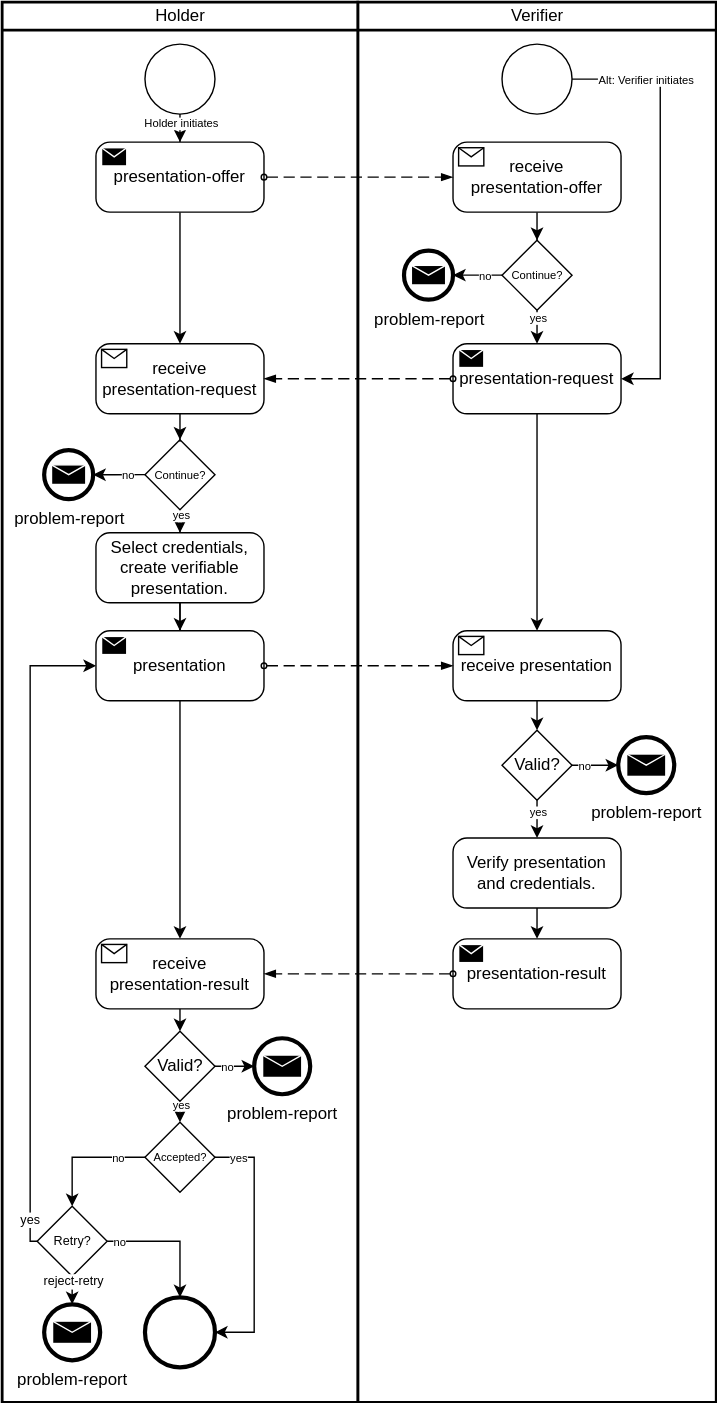
Before: documentation/static/img/didcomm/presentation.drawio.svg, a diagram exported from draw.io (iotaledger/identity.rs). Source tidied: cells renumbered, new cells last; positions are measured from the earlier drawing's top-left corner, leaving out a move shared by most shapes.
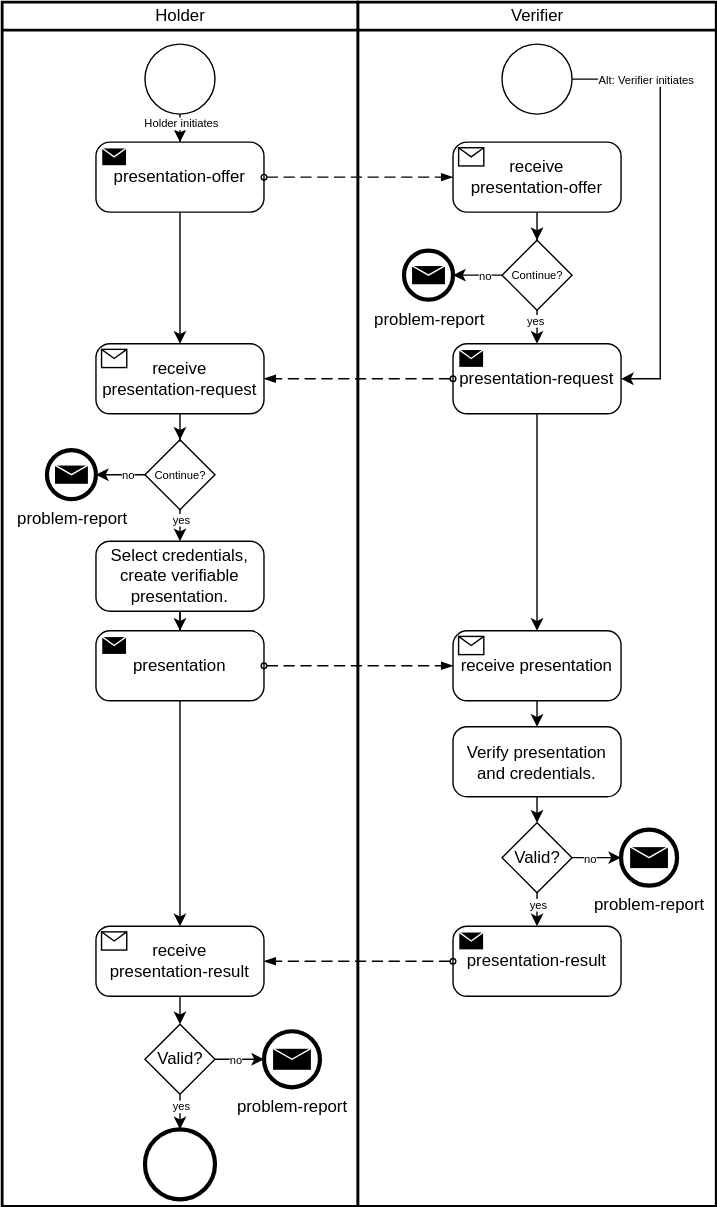
The same diagram one commit later.

Commit message:
reworked presentation

What changed in the source:
```diff
@@ -3,7 +3,7 @@
     <mxCell id="0" />
     <mxCell id="1" parent="0" />
     <mxCell id="2" value="Verifier" style="swimlane;html=1;startSize=20;fontStyle=0;horizontal=1;swimlaneLine=1;strokeWidth=2;swimlaneFillColor=#ffffff;" parent="1" vertex="1">
-      <mxGeometry x="254" width="256" height="1000" as="geometry" />
+      <mxGeometry x="254" width="256" height="860" as="geometry" />
     </mxCell>
     <mxCell id="3" style="points=[[0.145,0.145,0],[0.5,0,0],[0.855,0.145,0],[1,0.5,0],[0.855,0.855,0],[0.5,1,0],[0.145,0.855,0],[0,0.5,0]];shape=mxgraph.bpmn.event;html=1;verticalLabelPosition=bottom;labelBackgroundColor=#ffffff;verticalAlign=top;align=center;perimeter=ellipsePerimeter;outlineConnect=0;outline=standard;symbol=general;" parent="2" vertex="1">
       <mxGeometry x="103" y="30" width="50" height="50" as="geometry" />
@@ -36,49 +36,37 @@
         <mxPoint x="-1" y="1" as="offset" />
       </mxGeometry>
     </mxCell>
-    <mxCell id="11" style="edgeStyle=orthogonalEdgeStyle;rounded=0;jettySize=auto;html=1;entryX=0.5;entryY=0;entryDx=0;entryDy=0;entryPerimeter=0;fontSize=8;" parent="2" edge="1" source="12" target="13">
-      <mxGeometry relative="1" as="geometry">
-        <Array as="points">
-          <mxPoint x="128" y="664" />
-          <mxPoint x="128" y="664" />
-        </Array>
-      </mxGeometry>
+    <mxCell id="11" style="edgeStyle=orthogonalEdgeStyle;rounded=0;jettySize=auto;html=1;fontSize=8;exitX=0.5;exitY=1;exitDx=0;exitDy=0;exitPerimeter=0;entryX=0.5;entryY=0;entryDx=0;entryDy=0;entryPerimeter=0;" parent="2" edge="1" source="20" target="12">
+      <mxGeometry relative="1" as="geometry" />
     </mxCell>
     <mxCell id="12" value="Verify presentation and credentials." style="points=[[0.25,0,0],[0.5,0,0],[0.75,0,0],[1,0.25,0],[1,0.5,0],[1,0.75,0],[0.75,1,0],[0.5,1,0],[0.25,1,0],[0,0.75,0],[0,0.5,0],[0,0.25,0]];shape=mxgraph.bpmn.task;whiteSpace=wrap;rectStyle=rounded;size=10;taskMarker=abstract;fillColor=#ffffff;" parent="2" vertex="1">
-      <mxGeometry x="68" y="597" width="120" height="50" as="geometry" />
+      <mxGeometry x="68" y="517.5" width="120" height="50" as="geometry" />
     </mxCell>
     <mxCell id="13" value="presentation-result" style="points=[[0.25,0,0],[0.5,0,0],[0.75,0,0],[1,0.25,0],[1,0.5,0],[1,0.75,0],[0.75,1,0],[0.5,1,0],[0.25,1,0],[0,0.75,0],[0,0.5,0],[0,0.25,0]];shape=mxgraph.bpmn.task;whiteSpace=wrap;rectStyle=rounded;size=10;taskMarker=send;" parent="2" vertex="1">
-      <mxGeometry x="68" y="669" width="120" height="50" as="geometry" />
+      <mxGeometry x="68" y="660" width="120" height="50" as="geometry" />
     </mxCell>
-    <mxCell id="14" style="edgeStyle=orthogonalEdgeStyle;rounded=0;jettySize=auto;html=1;" parent="2" edge="1" source="18" target="12">
-      <mxGeometry relative="1" as="geometry">
-        <Array as="points">
-          <mxPoint x="128" y="574" />
-          <mxPoint x="128" y="574" />
-        </Array>
-      </mxGeometry>
-    </mxCell>
-    <mxCell id="15" value="yes" style="edgeLabel;html=1;align=center;verticalAlign=middle;fontSize=8;" parent="14" vertex="1">
-      <mxGeometry x="0.5" y="1" relative="1" as="geometry">
-        <mxPoint x="-1" y="-12" as="offset" />
-      </mxGeometry>
-    </mxCell>
     <mxCell id="16" style="edgeStyle=orthogonalEdgeStyle;rounded=0;jettySize=auto;html=1;entryX=0;entryY=0.5;entryDx=0;entryDy=0;entryPerimeter=0;" parent="2" edge="1" source="18" target="21">
       <mxGeometry relative="1" as="geometry" />
     </mxCell>
     <mxCell id="17" value="no" style="edgeLabel;html=1;align=center;verticalAlign=middle;fontSize=8;" parent="16" vertex="1">
       <mxGeometry x="-0.75" relative="1" as="geometry">
-        <mxPoint x="3" as="offset" />
+        <mxPoint x="6" as="offset" />
       </mxGeometry>
     </mxCell>
+    <mxCell id="72" style="edgeStyle=orthogonalEdgeStyle;rounded=0;jettySize=auto;html=1;align=center;" parent="2" edge="1" source="18" target="13">
+      <mxGeometry relative="1" as="geometry" />
+    </mxCell>
+    <mxCell id="15" value="yes" style="edgeLabel;html=1;align=center;verticalAlign=middle;fontSize=8;" parent="72" vertex="1">
+      <mxGeometry x="0.15" relative="1" as="geometry" />
+    </mxCell>
     <mxCell id="18" value="Valid?" style="points=[[0.25,0.25,0],[0.5,0,0],[0.75,0.25,0],[1,0.5,0],[0.75,0.75,0],[0.5,1,0],[0.25,0.75,0],[0,0.5,0]];shape=mxgraph.bpmn.gateway2;html=1;verticalLabelPosition=middle;labelBackgroundColor=#ffffff;verticalAlign=middle;align=center;perimeter=rhombusPerimeter;outlineConnect=0;outline=none;symbol=none;fillColor=#ffffff;labelPosition=center;" parent="2" vertex="1">
-      <mxGeometry x="103" y="520" width="50" height="50" as="geometry" />
+      <mxGeometry x="103" y="586" width="50" height="50" as="geometry" />
     </mxCell>
-    <mxCell id="19" style="edgeStyle=orthogonalEdgeStyle;rounded=0;jettySize=auto;html=1;fontSize=8;" parent="2" edge="1" source="20" target="18">
+    <mxCell id="19" style="edgeStyle=orthogonalEdgeStyle;rounded=0;jettySize=auto;html=1;fontSize=8;exitX=0.5;exitY=1;exitDx=0;exitDy=0;exitPerimeter=0;" parent="2" edge="1" source="12" target="18">
       <mxGeometry relative="1" as="geometry">
         <Array as="points">
-          <mxPoint x="128" y="510" />
-          <mxPoint x="128" y="510" />
+          <mxPoint x="128" y="580" />
+          <mxPoint x="128" y="580" />
         </Array>
       </mxGeometry>
     </mxCell>
@@ -86,10 +74,10 @@
       <mxGeometry x="68" y="449" width="120" height="50" as="geometry" />
     </mxCell>
     <mxCell id="21" value="problem-report" style="points=[[0.145,0.145,0],[0.5,0,0],[0.855,0.145,0],[1,0.5,0],[0.855,0.855,0],[0.5,1,0],[0.145,0.855,0],[0,0.5,0]];shape=mxgraph.bpmn.event;html=1;verticalLabelPosition=bottom;labelBackgroundColor=#ffffff;verticalAlign=top;align=center;perimeter=ellipsePerimeter;outlineConnect=0;outline=end;symbol=message;fillColor=#ffffff;" parent="2" vertex="1">
-      <mxGeometry x="186" y="525" width="40" height="40" as="geometry" />
+      <mxGeometry x="188" y="591" width="40" height="40" as="geometry" />
     </mxCell>
     <mxCell id="22" value="yes" style="edgeLabel;html=1;align=center;verticalAlign=middle;fontSize=8;" parent="2" vertex="1">
-      <mxGeometry x="133" y="230" as="geometry">
+      <mxGeometry x="132" y="232" as="geometry">
         <mxPoint x="-5" y="-5" as="offset" />
       </mxGeometry>
     </mxCell>
@@ -111,7 +99,7 @@
       <mxGeometry x="-0.27" relative="1" as="geometry" />
     </mxCell>
     <mxCell id="27" value="Holder" style="swimlane;html=1;startSize=20;fontStyle=0;horizontal=1;swimlaneLine=1;strokeWidth=2;swimlaneFillColor=#ffffff;" parent="1" vertex="1">
-      <mxGeometry width="254" height="1000" as="geometry" />
+      <mxGeometry width="254" height="860" as="geometry" />
     </mxCell>
     <mxCell id="28" style="edgeStyle=orthogonalEdgeStyle;rounded=0;jettySize=auto;html=1;entryX=0.5;entryY=0;entryDx=0;entryDy=0;entryPerimeter=0;" parent="27" edge="1" source="29" target="40">
       <mxGeometry relative="1" as="geometry" />
@@ -131,7 +119,7 @@
       <mxGeometry x="102" y="30" width="50" height="50" as="geometry" />
     </mxCell>
     <mxCell id="33" style="points=[[0.145,0.145,0],[0.5,0,0],[0.855,0.145,0],[1,0.5,0],[0.855,0.855,0],[0.5,1,0],[0.145,0.855,0],[0,0.5,0]];shape=mxgraph.bpmn.event;html=1;verticalLabelPosition=bottom;labelBackgroundColor=#ffffff;verticalAlign=top;align=center;perimeter=ellipsePerimeter;outlineConnect=0;outline=end;symbol=terminate2;" parent="27" vertex="1">
-      <mxGeometry x="102" y="925" width="50" height="50" as="geometry" />
+      <mxGeometry x="102" y="805" width="50" height="50" as="geometry" />
     </mxCell>
     <mxCell id="34" style="edgeStyle=orthogonalEdgeStyle;rounded=0;jettySize=auto;html=1;entryX=0.5;entryY=0;entryDx=0;entryDy=0;entryPerimeter=0;" parent="27" edge="1" source="38" target="43">
       <mxGeometry relative="1" as="geometry" />
@@ -170,13 +158,13 @@
       <mxGeometry relative="1" as="geometry" />
     </mxCell>
     <mxCell id="43" value="Select credentials, create verifiable presentation." style="points=[[0.25,0,0],[0.5,0,0],[0.75,0,0],[1,0.25,0],[1,0.5,0],[1,0.75,0],[0.75,1,0],[0.5,1,0],[0.25,1,0],[0,0.75,0],[0,0.5,0],[0,0.25,0]];shape=mxgraph.bpmn.task;whiteSpace=wrap;rectStyle=rounded;size=10;taskMarker=abstract;fillColor=#ffffff;" parent="27" vertex="1">
-      <mxGeometry x="67" y="379" width="120" height="50" as="geometry" />
+      <mxGeometry x="67" y="385" width="120" height="50" as="geometry" />
     </mxCell>
     <mxCell id="44" style="edgeStyle=orthogonalEdgeStyle;rounded=0;jettySize=auto;html=1;entryX=0.5;entryY=0;entryDx=0;entryDy=0;entryPerimeter=0;exitX=0.5;exitY=1;exitDx=0;exitDy=0;exitPerimeter=0;" parent="27" edge="1" source="45" target="66">
       <mxGeometry relative="1" as="geometry" />
     </mxCell>
     <mxCell id="45" value="receive &#10;presentation-result" style="points=[[0.25,0,0],[0.5,0,0],[0.75,0,0],[1,0.25,0],[1,0.5,0],[1,0.75,0],[0.75,1,0],[0.5,1,0],[0.25,1,0],[0,0.75,0],[0,0.5,0],[0,0.25,0]];shape=mxgraph.bpmn.task;whiteSpace=wrap;rectStyle=rounded;size=10;taskMarker=receive;" parent="27" vertex="1">
-      <mxGeometry x="67" y="669" width="120" height="50" as="geometry" />
+      <mxGeometry x="67" y="660" width="120" height="50" as="geometry" />
     </mxCell>
     <mxCell id="46" style="edgeStyle=orthogonalEdgeStyle;rounded=0;jettySize=auto;html=1;" parent="27" edge="1" source="47" target="45">
       <mxGeometry relative="1" as="geometry" />
@@ -184,86 +172,11 @@
     <mxCell id="47" value="presentation" style="points=[[0.25,0,0],[0.5,0,0],[0.75,0,0],[1,0.25,0],[1,0.5,0],[1,0.75,0],[0.75,1,0],[0.5,1,0],[0.25,1,0],[0,0.75,0],[0,0.5,0],[0,0.25,0]];shape=mxgraph.bpmn.task;whiteSpace=wrap;rectStyle=rounded;size=10;taskMarker=send;" parent="27" vertex="1">
       <mxGeometry x="67" y="449" width="120" height="50" as="geometry" />
     </mxCell>
-    <mxCell id="48" style="edgeStyle=orthogonalEdgeStyle;rounded=0;jettySize=auto;html=1;fontFamily=Lucida Console;fontSize=11;exitX=1;exitY=0.5;exitDx=0;exitDy=0;exitPerimeter=0;entryX=0.5;entryY=0;entryDx=0;entryDy=0;entryPerimeter=0;" parent="27" edge="1" source="50" target="33">
-      <mxGeometry relative="1" as="geometry">
-        <Array as="points">
-          <mxPoint x="127" y="885" />
-        </Array>
-      </mxGeometry>
-    </mxCell>
-    <mxCell id="49" value="no" style="edgeLabel;html=1;align=center;verticalAlign=middle;fontSize=8;fontFamily=Helvetica;" parent="48" vertex="1">
-      <mxGeometry x="-0.81" y="1" relative="1" as="geometry">
-        <mxPoint y="1" as="offset" />
-      </mxGeometry>
-    </mxCell>
-    <mxCell id="50" value="Retry?" style="points=[[0.25,0.25,0],[0.5,0,0],[0.75,0.25,0],[1,0.5,0],[0.75,0.75,0],[0.5,1,0],[0.25,0.75,0],[0,0.5,0]];shape=mxgraph.bpmn.gateway2;html=1;verticalLabelPosition=middle;labelBackgroundColor=#ffffff;verticalAlign=middle;align=center;perimeter=rhombusPerimeter;outlineConnect=0;outline=none;symbol=none;fillColor=#ffffff;labelPosition=center;fontSize=9;" parent="27" vertex="1">
-      <mxGeometry x="25" y="860" width="50" height="50" as="geometry" />
-    </mxCell>
     <mxCell id="51" value="problem-report" style="points=[[0.145,0.145,0],[0.5,0,0],[0.855,0.145,0],[1,0.5,0],[0.855,0.855,0],[0.5,1,0],[0.145,0.855,0],[0,0.5,0]];shape=mxgraph.bpmn.event;html=1;verticalLabelPosition=bottom;labelBackgroundColor=#ffffff;verticalAlign=top;align=center;perimeter=ellipsePerimeter;outlineConnect=0;outline=end;symbol=message;fillColor=#ffffff;" parent="27" vertex="1">
-      <mxGeometry x="30" y="320" width="35" height="35" as="geometry" />
+      <mxGeometry x="32" y="320" width="35" height="35" as="geometry" />
     </mxCell>
-    <mxCell id="52" style="edgeStyle=orthogonalEdgeStyle;rounded=0;jettySize=auto;html=1;entryX=1;entryY=0.5;entryDx=0;entryDy=0;entryPerimeter=0;fontFamily=Lucida Console;fontSize=8;exitX=1;exitY=0.5;exitDx=0;exitDy=0;exitPerimeter=0;" parent="27" edge="1" source="56" target="33">
-      <mxGeometry relative="1" as="geometry">
-        <Array as="points">
-          <mxPoint x="180" y="825" />
-          <mxPoint x="180" y="950" />
-        </Array>
-      </mxGeometry>
-    </mxCell>
-    <mxCell id="53" value="yes" style="edgeLabel;html=1;align=center;verticalAlign=middle;fontSize=8;fontFamily=Helvetica;" parent="52" vertex="1">
-      <mxGeometry x="-0.91" relative="1" as="geometry">
-        <mxPoint x="8" as="offset" />
-      </mxGeometry>
-    </mxCell>
-    <mxCell id="54" style="edgeStyle=orthogonalEdgeStyle;rounded=0;jettySize=auto;html=1;fontFamily=Lucida Console;fontSize=8;" parent="27" edge="1" source="56" target="50">
-      <mxGeometry relative="1" as="geometry">
-        <Array as="points">
-          <mxPoint x="50" y="825" />
-        </Array>
-      </mxGeometry>
-    </mxCell>
-    <mxCell id="55" value="no" style="edgeLabel;html=1;align=center;verticalAlign=middle;fontSize=8;fontFamily=Helvetica;" parent="54" vertex="1">
-      <mxGeometry x="-0.67" relative="1" as="geometry">
-        <mxPoint x="-5" as="offset" />
-      </mxGeometry>
-    </mxCell>
-    <mxCell id="56" value="Accepted?" style="points=[[0.25,0.25,0],[0.5,0,0],[0.75,0.25,0],[1,0.5,0],[0.75,0.75,0],[0.5,1,0],[0.25,0.75,0],[0,0.5,0]];shape=mxgraph.bpmn.gateway2;html=1;verticalLabelPosition=middle;labelBackgroundColor=#ffffff;verticalAlign=middle;align=center;perimeter=rhombusPerimeter;outlineConnect=0;outline=none;symbol=none;fillColor=#ffffff;labelPosition=center;fontSize=8;" parent="27" vertex="1">
-      <mxGeometry x="102" y="800" width="50" height="50" as="geometry" />
-    </mxCell>
-    <mxCell id="57" value="problem-report" style="points=[[0.145,0.145,0],[0.5,0,0],[0.855,0.145,0],[1,0.5,0],[0.855,0.855,0],[0.5,1,0],[0.145,0.855,0],[0,0.5,0]];shape=mxgraph.bpmn.event;html=1;verticalLabelPosition=bottom;labelBackgroundColor=#ffffff;verticalAlign=top;align=center;perimeter=ellipsePerimeter;outlineConnect=0;outline=end;symbol=message;fillColor=#ffffff;" parent="27" vertex="1">
-      <mxGeometry x="30" y="930" width="40" height="40" as="geometry" />
-    </mxCell>
-    <mxCell id="58" style="edgeStyle=orthogonalEdgeStyle;rounded=0;jettySize=auto;html=1;fontFamily=Lucida Console;fontSize=11;exitX=0.5;exitY=1;exitDx=0;exitDy=0;exitPerimeter=0;entryX=0.5;entryY=0;entryDx=0;entryDy=0;entryPerimeter=0;" parent="27" edge="1" source="50" target="57">
-      <mxGeometry relative="1" as="geometry">
-        <Array as="points">
-          <mxPoint x="50" y="910" />
-          <mxPoint x="50" y="910" />
-        </Array>
-      </mxGeometry>
-    </mxCell>
-    <mxCell id="59" value="reject-retry" style="edgeLabel;html=1;align=center;verticalAlign=middle;fontSize=9;fontFamily=Helvetica;" parent="58" vertex="1">
-      <mxGeometry x="-0.7" relative="1" as="geometry" />
-    </mxCell>
-    <mxCell id="60" style="edgeStyle=orthogonalEdgeStyle;rounded=0;jettySize=auto;html=1;fontFamily=Lucida Console;fontSize=11;entryX=0;entryY=0.5;entryDx=0;entryDy=0;entryPerimeter=0;" parent="27" edge="1" source="50" target="47">
-      <mxGeometry relative="1" as="geometry">
-        <Array as="points">
-          <mxPoint x="20" y="885" />
-          <mxPoint x="20" y="474" />
-        </Array>
-      </mxGeometry>
-    </mxCell>
-    <mxCell id="61" value="yes" style="edgeLabel;html=1;align=center;verticalAlign=middle;fontSize=9;fontFamily=Helvetica;" parent="60" vertex="1">
-      <mxGeometry x="-0.97" y="1" relative="1" as="geometry">
-        <mxPoint y="-15" as="offset" />
-      </mxGeometry>
-    </mxCell>
-    <mxCell id="62" style="edgeStyle=orthogonalEdgeStyle;rounded=0;jettySize=auto;html=1;fontSize=8;" parent="27" edge="1" source="66" target="56">
-      <mxGeometry relative="1" as="geometry">
-        <Array as="points">
-          <mxPoint x="127" y="805" />
-          <mxPoint x="127" y="805" />
-        </Array>
-      </mxGeometry>
+    <mxCell id="62" style="edgeStyle=orthogonalEdgeStyle;rounded=0;jettySize=auto;html=1;fontSize=8;entryX=0.5;entryY=0;entryDx=0;entryDy=0;entryPerimeter=0;" parent="27" edge="1" source="66" target="33">
+      <mxGeometry relative="1" as="geometry" />
     </mxCell>
     <mxCell id="63" value="yes" style="edgeLabel;html=1;align=center;verticalAlign=middle;fontSize=8;" parent="62" vertex="1">
       <mxGeometry x="-0.75" relative="1" as="geometry">
@@ -275,14 +188,14 @@
     </mxCell>
     <mxCell id="65" value="no" style="edgeLabel;html=1;align=center;verticalAlign=middle;fontSize=8;" parent="64" vertex="1">
       <mxGeometry x="0.26" relative="1" as="geometry">
-        <mxPoint x="-1" as="offset" />
+        <mxPoint x="-4" as="offset" />
       </mxGeometry>
     </mxCell>
     <mxCell id="66" value="Valid?" style="points=[[0.25,0.25,0],[0.5,0,0],[0.75,0.25,0],[1,0.5,0],[0.75,0.75,0],[0.5,1,0],[0.25,0.75,0],[0,0.5,0]];shape=mxgraph.bpmn.gateway2;html=1;verticalLabelPosition=middle;labelBackgroundColor=#ffffff;verticalAlign=middle;align=center;perimeter=rhombusPerimeter;outlineConnect=0;outline=none;symbol=none;fillColor=#ffffff;labelPosition=center;" parent="27" vertex="1">
-      <mxGeometry x="102" y="735" width="50" height="50" as="geometry" />
+      <mxGeometry x="102" y="730" width="50" height="50" as="geometry" />
     </mxCell>
     <mxCell id="67" value="problem-report" style="points=[[0.145,0.145,0],[0.5,0,0],[0.855,0.145,0],[1,0.5,0],[0.855,0.855,0],[0.5,1,0],[0.145,0.855,0],[0,0.5,0]];shape=mxgraph.bpmn.event;html=1;verticalLabelPosition=bottom;labelBackgroundColor=#ffffff;verticalAlign=top;align=center;perimeter=ellipsePerimeter;outlineConnect=0;outline=end;symbol=message;fillColor=#ffffff;" parent="27" vertex="1">
-      <mxGeometry x="180" y="740" width="40" height="40" as="geometry" />
+      <mxGeometry x="187" y="735" width="40" height="40" as="geometry" />
     </mxCell>
     <mxCell id="68" style="dashed=1;dashPattern=8 4;endArrow=blockThin;endFill=1;startArrow=oval;startFill=0;endSize=6;startSize=4;entryX=0;entryY=0.5;entryDx=0;entryDy=0;entryPerimeter=0;exitX=1;exitY=0.5;exitDx=0;exitDy=0;exitPerimeter=0;" parent="1" edge="1" source="29" target="6">
       <mxGeometry relative="1" as="geometry" />
```
